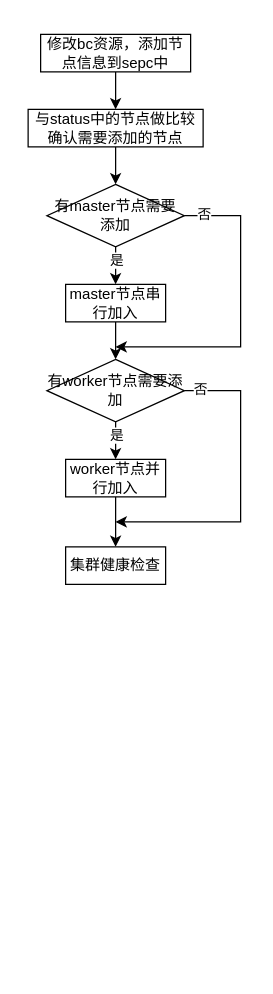
Above: bke-集群扩容流程图.drawio in oldcc02/draw-io (draw.io), before the change. Source tidied: cells renumbered, new cells numbered last; positions are measured from the earlier drawing's top-left corner, leaving out a move shared by most shapes. Both pictures are drawn from the tidied source at 125%, with x=0, y=0 at pixel (28, 34).
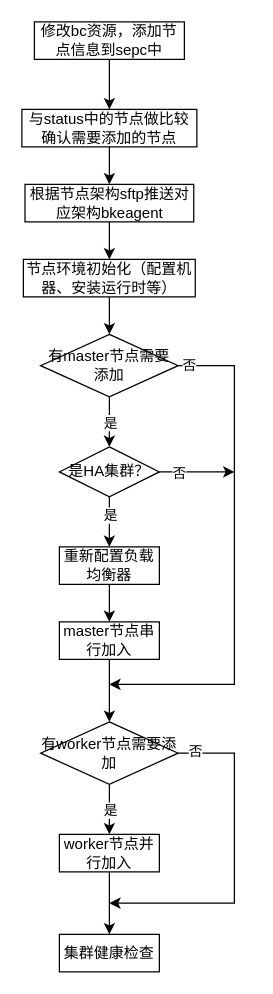
The same page after the edit.

Commit message:
更新bke-集群扩容流程图.drawio

Unchanged cells that the change refers to:
```xml
<mxCell id="15" style="edgeStyle=orthogonalEdgeStyle;rounded=0;jettySize=auto;html=1;" parent="1" edge="1" source="19" target="9">
  <mxGeometry relative="1" as="geometry" />
</mxCell>
```

Change to the diagram source:
```diff
@@
     <mxCell id="3" value="修改bc资源，添加节点信息到sepc中" style="rounded=0;whiteSpace=wrap;html=1;" parent="1" vertex="1">
-      <mxGeometry x="10" width="120" height="30" as="geometry" />
+      <mxGeometry x="5" y="-10" width="120" height="30" as="geometry" />
     </mxCell>
-    <mxCell id="4" style="edgeStyle=orthogonalEdgeStyle;rounded=0;jettySize=auto;html=1;" parent="1" edge="1" source="5" target="14">
-      <mxGeometry relative="1" as="geometry" />
-    </mxCell>
+    <mxCell id="21" style="edgeStyle=orthogonalEdgeStyle;rounded=0;jettySize=auto;html=1;" parent="1" edge="1" source="5" target="34">
+      <mxGeometry relative="1" as="geometry" />
+    </mxCell>
     <mxCell id="5" value="与status中的节点做比较确认需要添加的节点" style="rounded=0;whiteSpace=wrap;html=1;" parent="1" vertex="1">
-      <mxGeometry y="60" width="140" height="30" as="geometry" />
+      <mxGeometry x="-5" y="60" width="140" height="30" as="geometry" />
     </mxCell>
@@
     <mxCell id="7" value="master节点串行加入" style="rounded=0;whiteSpace=wrap;html=1;" parent="1" vertex="1">
-      <mxGeometry x="30" y="200" width="80" height="30" as="geometry" />
+      <mxGeometry x="25" y="470" width="80" height="30" as="geometry" />
     </mxCell>
@@
     <mxCell id="9" value="worker节点并行加入" style="rounded=0;whiteSpace=wrap;html=1;" parent="1" vertex="1">
-      <mxGeometry x="30" y="340" width="80" height="30" as="geometry" />
+      <mxGeometry x="25" y="640" width="80" height="30" as="geometry" />
     </mxCell>
-    <mxCell id="10" style="edgeStyle=orthogonalEdgeStyle;rounded=0;jettySize=auto;html=1;" parent="1" edge="1" source="14" target="7">
-      <mxGeometry relative="1" as="geometry" />
-    </mxCell>
-    <mxCell id="11" value="是" style="edgeLabel;html=1;align=center;verticalAlign=middle;" parent="10" vertex="1">
-      <mxGeometry x="-0.67" relative="1" as="geometry">
-        <mxPoint y="2" as="offset" />
-      </mxGeometry>
-    </mxCell>
-    <mxCell id="12" style="edgeStyle=orthogonalEdgeStyle;rounded=0;jettySize=auto;html=1;exitX=1;exitY=0.5;exitDx=0;exitDy=0;" parent="1" edge="1" source="14">
-      <mxGeometry relative="1" as="geometry">
-        <mxPoint x="70" y="250" as="targetPoint" />
-        <Array as="points">
-          <mxPoint x="170" y="145" />
-          <mxPoint x="170" y="250" />
-        </Array>
-      </mxGeometry>
-    </mxCell>
-    <mxCell id="13" value="否" style="edgeLabel;html=1;align=center;verticalAlign=middle;" parent="12" vertex="1">
-      <mxGeometry x="-0.88" y="2" relative="1" as="geometry" />
-    </mxCell>
+    <mxCell id="22" style="edgeStyle=orthogonalEdgeStyle;rounded=0;jettySize=auto;html=1;" parent="1" edge="1" source="14" target="30">
+      <mxGeometry relative="1" as="geometry" />
+    </mxCell>
+    <mxCell id="23" value="是" style="edgeLabel;html=1;align=center;verticalAlign=middle;" parent="22" vertex="1">
+      <mxGeometry x="-0.67" relative="1" as="geometry">
+        <mxPoint y="13" as="offset" />
+      </mxGeometry>
+    </mxCell>
+    <mxCell id="24" style="edgeStyle=orthogonalEdgeStyle;rounded=0;jettySize=auto;html=1;exitX=1;exitY=0.5;exitDx=0;exitDy=0;" parent="1" edge="1" source="14">
+      <mxGeometry relative="1" as="geometry">
+        <mxPoint x="65" y="520" as="targetPoint" />
+        <Array as="points">
+          <mxPoint x="165" y="265" />
+          <mxPoint x="165" y="520" />
+        </Array>
+      </mxGeometry>
+    </mxCell>
+    <mxCell id="25" value="否" style="edgeLabel;html=1;align=center;verticalAlign=middle;" parent="24" vertex="1">
+      <mxGeometry x="-0.96" y="1" relative="1" as="geometry" />
+    </mxCell>
     <mxCell id="14" value="有master节点需要添加" style="rhombus;whiteSpace=wrap;html=1;" parent="1" vertex="1">
-      <mxGeometry x="15" y="120" width="110" height="50" as="geometry" />
+      <mxGeometry x="10" y="240" width="110" height="50" as="geometry" />
     </mxCell>
@@
     <mxCell id="16" value="是" style="edgeLabel;html=1;align=center;verticalAlign=middle;" parent="15" vertex="1">
       <mxGeometry x="-0.75" relative="1" as="geometry">
-        <mxPoint y="4" as="offset" />
+        <mxPoint y="15" as="offset" />
       </mxGeometry>
     </mxCell>
     <mxCell id="17" style="edgeStyle=orthogonalEdgeStyle;rounded=0;jettySize=auto;html=1;exitX=1;exitY=0.5;exitDx=0;exitDy=0;" parent="1" edge="1" source="19">
       <mxGeometry relative="1" as="geometry">
-        <mxPoint x="70" y="390" as="targetPoint" />
+        <mxPoint x="65" y="695" as="targetPoint" />
         <Array as="points">
-          <mxPoint x="170" y="285" />
-          <mxPoint x="170" y="390" />
+          <mxPoint x="165" y="575" />
+          <mxPoint x="165" y="695" />
         </Array>
       </mxGeometry>
     </mxCell>
@@
     <mxCell id="19" value="有worker节点需要添加" style="rhombus;whiteSpace=wrap;html=1;" parent="1" vertex="1">
-      <mxGeometry x="15" y="260" width="110" height="50" as="geometry" />
+      <mxGeometry x="10" y="550" width="110" height="50" as="geometry" />
     </mxCell>
     <mxCell id="20" value="集群健康检查" style="rounded=0;whiteSpace=wrap;html=1;" parent="1" vertex="1">
-      <mxGeometry x="30" y="410" width="80" height="30" as="geometry" />
+      <mxGeometry x="25" y="720" width="80" height="30" as="geometry" />
     </mxCell>
+    <mxCell id="26" style="edgeStyle=orthogonalEdgeStyle;rounded=0;jettySize=auto;html=1;" parent="1" edge="1" source="30" target="32">
+      <mxGeometry relative="1" as="geometry" />
+    </mxCell>
+    <mxCell id="27" value="是" style="edgeLabel;html=1;align=center;verticalAlign=middle;" parent="26" vertex="1">
+      <mxGeometry x="-0.3" relative="1" as="geometry" />
+    </mxCell>
+    <mxCell id="28" style="edgeStyle=orthogonalEdgeStyle;rounded=0;jettySize=auto;html=1;exitX=1;exitY=0.5;exitDx=0;exitDy=0;" parent="1" edge="1" source="30">
+      <mxGeometry relative="1" as="geometry">
+        <mxPoint x="165" y="350" as="targetPoint" />
+      </mxGeometry>
+    </mxCell>
+    <mxCell id="29" value="否" style="edgeLabel;html=1;align=center;verticalAlign=middle;" parent="28" vertex="1">
+      <mxGeometry x="-0.77" y="1" relative="1" as="geometry">
+        <mxPoint x="8" y="1" as="offset" />
+      </mxGeometry>
+    </mxCell>
+    <mxCell id="30" value="是HA集群？" style="rhombus;whiteSpace=wrap;html=1;" parent="1" vertex="1">
+      <mxGeometry x="25" y="330" width="80" height="40" as="geometry" />
+    </mxCell>
+    <mxCell id="31" style="edgeStyle=orthogonalEdgeStyle;rounded=0;jettySize=auto;html=1;" parent="1" edge="1" source="32" target="7">
+      <mxGeometry relative="1" as="geometry" />
+    </mxCell>
+    <mxCell id="32" value="重新配置负载均衡器" style="rounded=0;whiteSpace=wrap;html=1;" parent="1" vertex="1">
+      <mxGeometry x="25" y="410" width="80" height="30" as="geometry" />
+    </mxCell>
+    <mxCell id="33" style="edgeStyle=orthogonalEdgeStyle;rounded=0;jettySize=auto;html=1;" parent="1" edge="1" source="34" target="36">
+      <mxGeometry relative="1" as="geometry" />
+    </mxCell>
+    <mxCell id="34" value="根据节点架构sftp推送对应架构bkeagent" style="rounded=0;whiteSpace=wrap;html=1;" parent="1" vertex="1">
+      <mxGeometry x="-2.5" y="120" width="135" height="30" as="geometry" />
+    </mxCell>
+    <mxCell id="35" style="edgeStyle=orthogonalEdgeStyle;rounded=0;jettySize=auto;html=1;" parent="1" edge="1" source="36" target="14">
+      <mxGeometry relative="1" as="geometry" />
+    </mxCell>
+    <mxCell id="36" value="节点环境初始化（配置机器、安装运行时等）" style="rounded=0;whiteSpace=wrap;html=1;" parent="1" vertex="1">
+      <mxGeometry x="-3.8" y="180" width="137.5" height="30" as="geometry" />
+    </mxCell>
```
